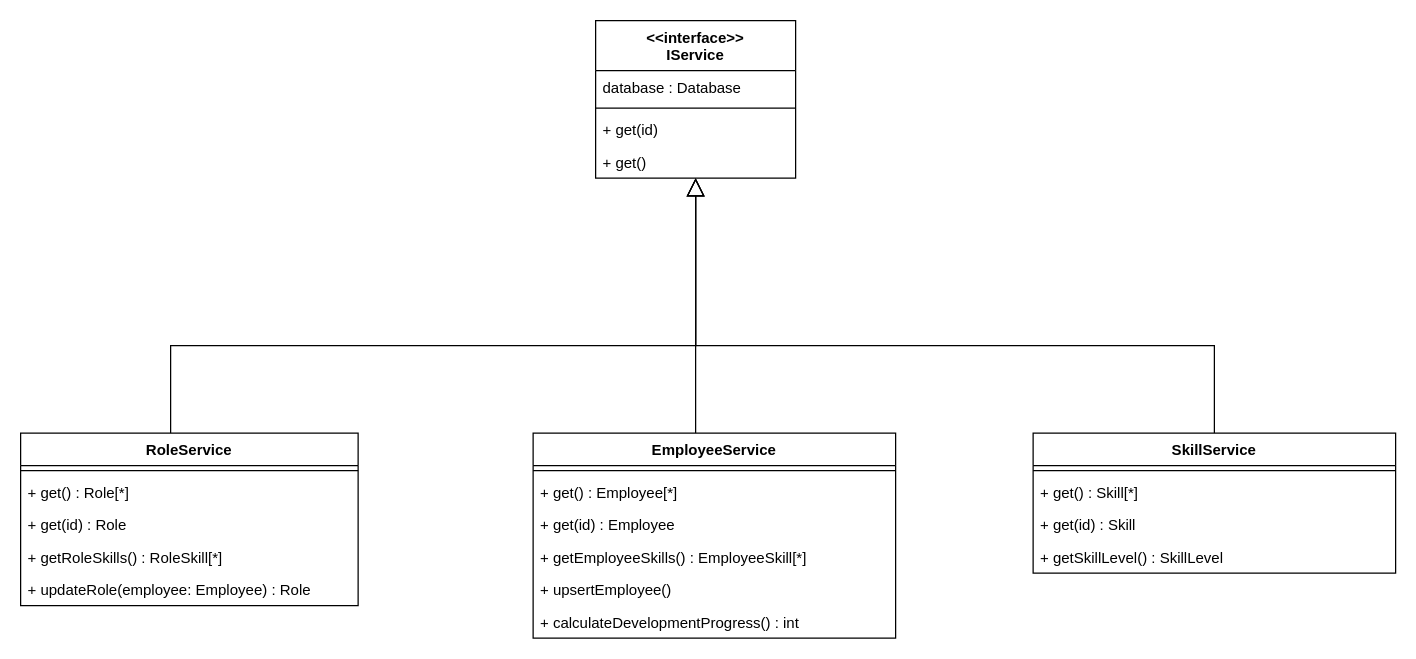
learningCurve89/WorkBasedPortfolios keeps this draw.io diagram as Implementation.drawio. Above is the earlier version. Source tidied: cells renumbered, new cells numbered last; positions are measured from the earlier drawing's top-left corner, leaving out a move shared by most shapes. Both pictures are drawn from the tidied source at 125%, with x=0, y=0 at pixel (20, 20).
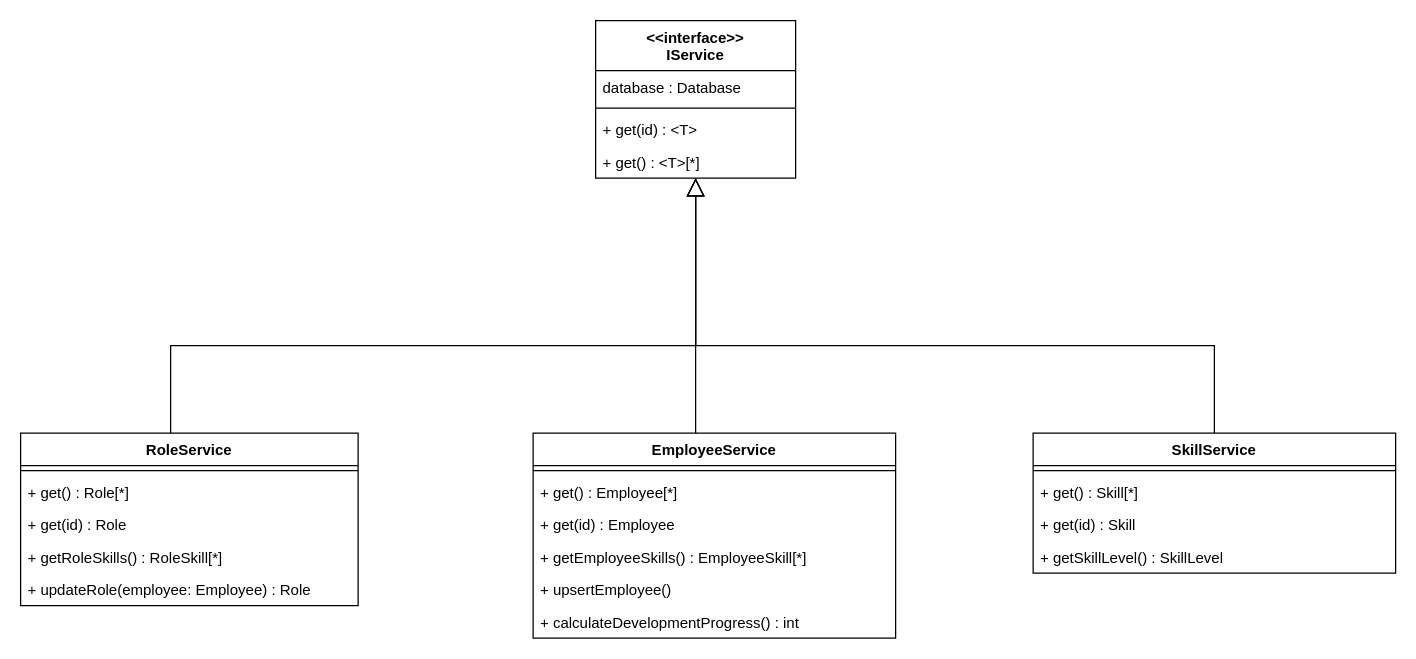
After the change.

The change refers to these unchanged cells:
```xml
<mxCell id="23" value="&lt;&lt;interface&gt;&gt;&#10;IService" style="swimlane;fontStyle=1;align=center;verticalAlign=top;horizontal=1;startSize=40;" parent="1" vertex="1">
  <mxGeometry x="460" width="160" height="126" as="geometry" />
</mxCell>
```

What changed in the source:
```diff
@@
-    <mxCell id="26" value="+ get(id)" style="text;strokeColor=none;fillColor=none;align=left;verticalAlign=top;spacingLeft=4;spacingRight=4;overflow=hidden;" parent="23" vertex="1">
+    <mxCell id="26" value="+ get(id) : &lt;T&gt;" style="text;strokeColor=none;fillColor=none;align=left;verticalAlign=top;spacingLeft=4;spacingRight=4;overflow=hidden;" parent="23" vertex="1">
       <mxGeometry y="74" width="160" height="26" as="geometry" />
     </mxCell>
-    <mxCell id="27" value="+ get()" style="text;strokeColor=none;fillColor=none;align=left;verticalAlign=top;spacingLeft=4;spacingRight=4;overflow=hidden;" parent="23" vertex="1">
+    <mxCell id="27" value="+ get() : &lt;T&gt;[*]" style="text;strokeColor=none;fillColor=none;align=left;verticalAlign=top;spacingLeft=4;spacingRight=4;overflow=hidden;" parent="23" vertex="1">
       <mxGeometry y="100" width="160" height="26" as="geometry" />
     </mxCell>
```
